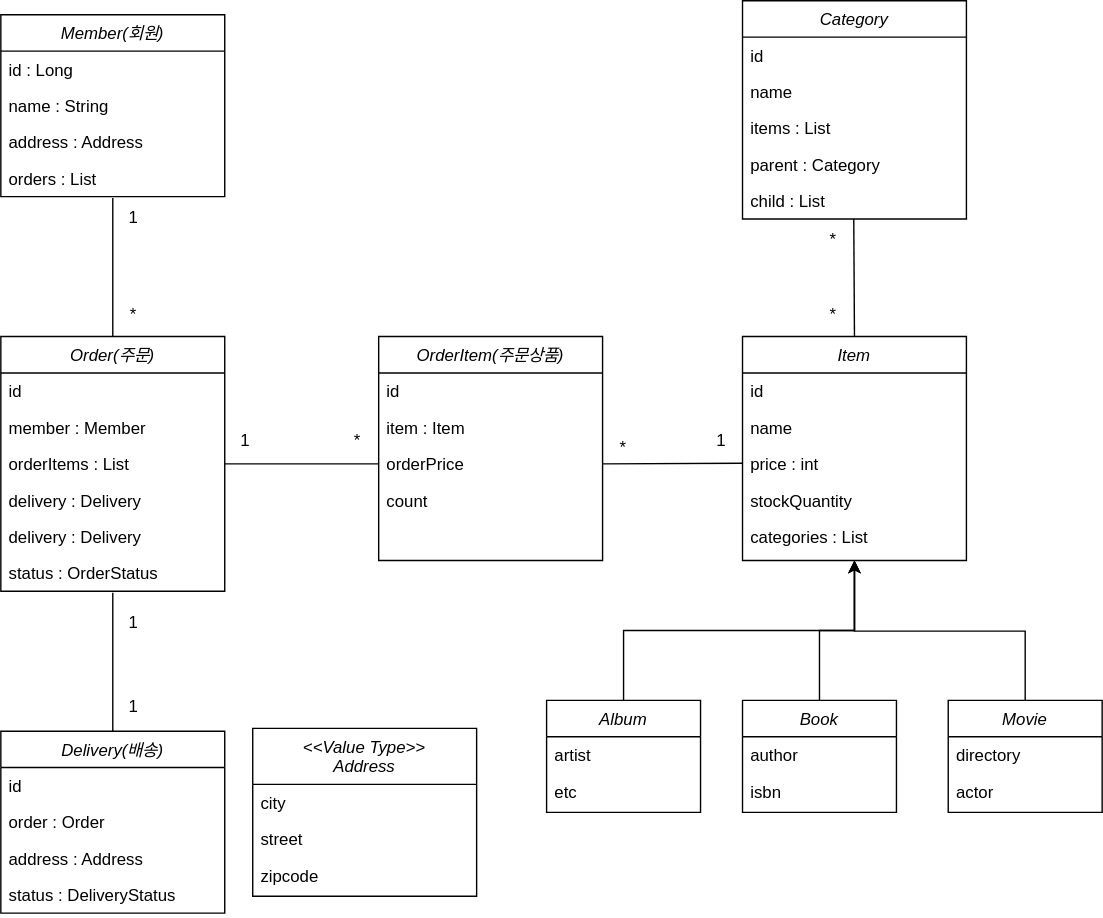
This is src/main/resources/회원 엔티티.drawio.svg from KwonBumcheol/jpashop, a draw.io export, as it was before one commit. Source tidied: cells renumbered, new cells last; positions are measured from the earlier drawing's top-left corner, leaving out a move shared by most shapes.
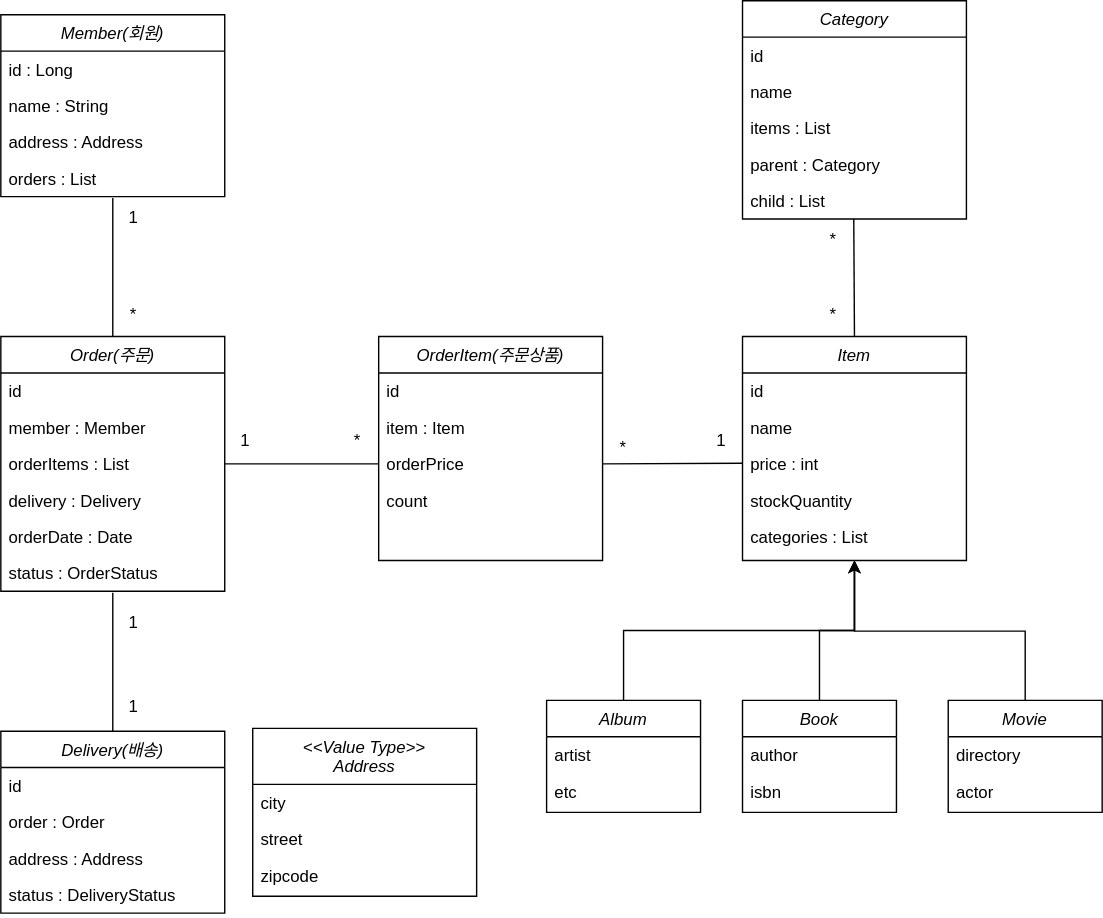
The same file after the commit.

Diff of the diagram source:
```diff
@@ -32,7 +32,7 @@
     <mxCell id="11" value="delivery : Delivery" style="text;align=left;verticalAlign=top;spacingLeft=4;spacingRight=4;overflow=hidden;rounded=0;shadow=0;html=0;" parent="7" vertex="1">
       <mxGeometry y="104" width="160" height="26" as="geometry" />
     </mxCell>
-    <mxCell id="12" value="delivery : Delivery" style="text;align=left;verticalAlign=top;spacingLeft=4;spacingRight=4;overflow=hidden;rounded=0;shadow=0;html=0;" parent="7" vertex="1">
+    <mxCell id="12" value="orderDate : Date" style="text;align=left;verticalAlign=top;spacingLeft=4;spacingRight=4;overflow=hidden;rounded=0;shadow=0;html=0;" parent="7" vertex="1">
       <mxGeometry y="130" width="160" height="26" as="geometry" />
     </mxCell>
     <mxCell id="13" value="status : OrderStatus" style="text;align=left;verticalAlign=top;spacingLeft=4;spacingRight=4;overflow=hidden;points=[[0,0.5],[1,0.5]];portConstraint=eastwest;rounded=0;shadow=0;html=0;" parent="7" vertex="1">
```
